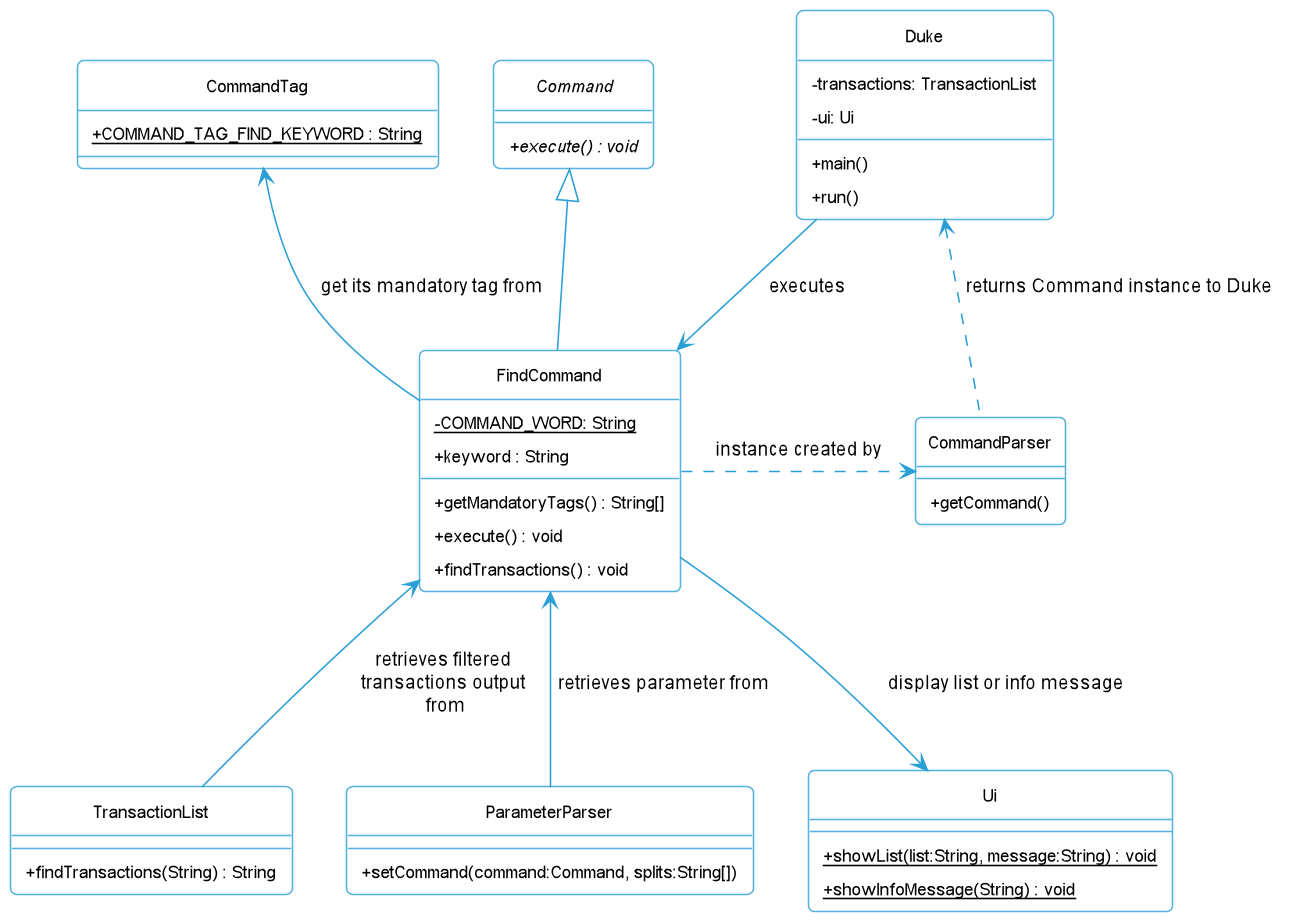
Above: docs/images/FindCommandClassDiagram.png in nus-cs2113-AY2223S1/tp (PlantUML), before the change.
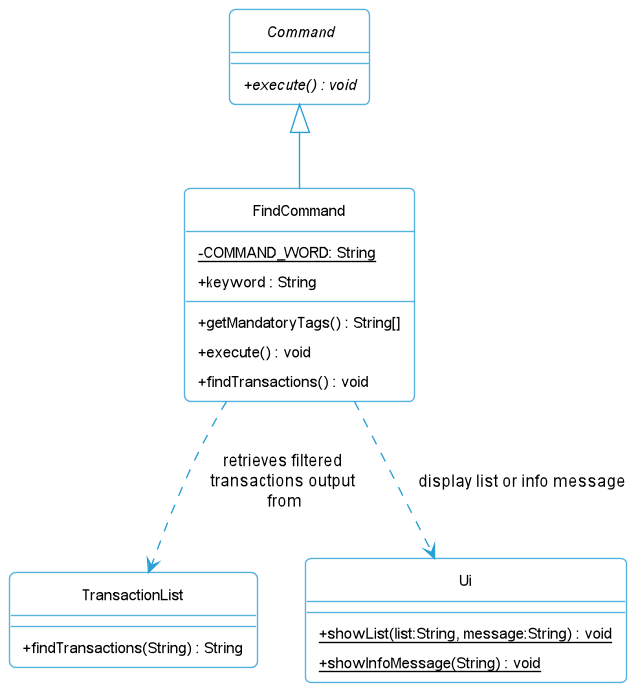
After the change.

What changed in the source:
```diff
@@ -9,31 +9,12 @@
     + execute() : void {abstract}
 }
 
-class CommandTag {
-    + COMMAND_TAG_FIND_KEYWORD {static}: String
-}
-
 class FindCommand {
     - COMMAND_WORD: String {static}
     + keyword : String
     + getMandatoryTags() : String[]
     + execute() : void
     + findTransactions() : void
-}
-
-class CommandParser{
-    +getCommand()
-}
-
-class ParameterParser{
-    +setCommand(command:Command, splits:String[])
-}
-
-class Duke{
-    - transactions: TransactionList
-    - ui: Ui
-    + main()
-    + run()
 }
 
 class Ui{
@@ -43,12 +24,7 @@
 
 FindCommand -up-|> "Command"
 
-Duke <.. CommandParser: returns Command instance to Duke
-FindCommand --> Ui : display list or info message
-FindCommand .right.> CommandParser: instance created by
-FindCommand <-- ParameterParser: retrieves parameter from
-FindCommand <-- TransactionList: retrieves filtered \ntransactions output \nfrom
-FindCommand -up-> CommandTag: get its mandatory tag from
-FindCommand <-left- Duke: executes
+FindCommand ..> Ui : display list or info message
+FindCommand ..> TransactionList: retrieves filtered \ntransactions output \nfrom
 
 @enduml
```
